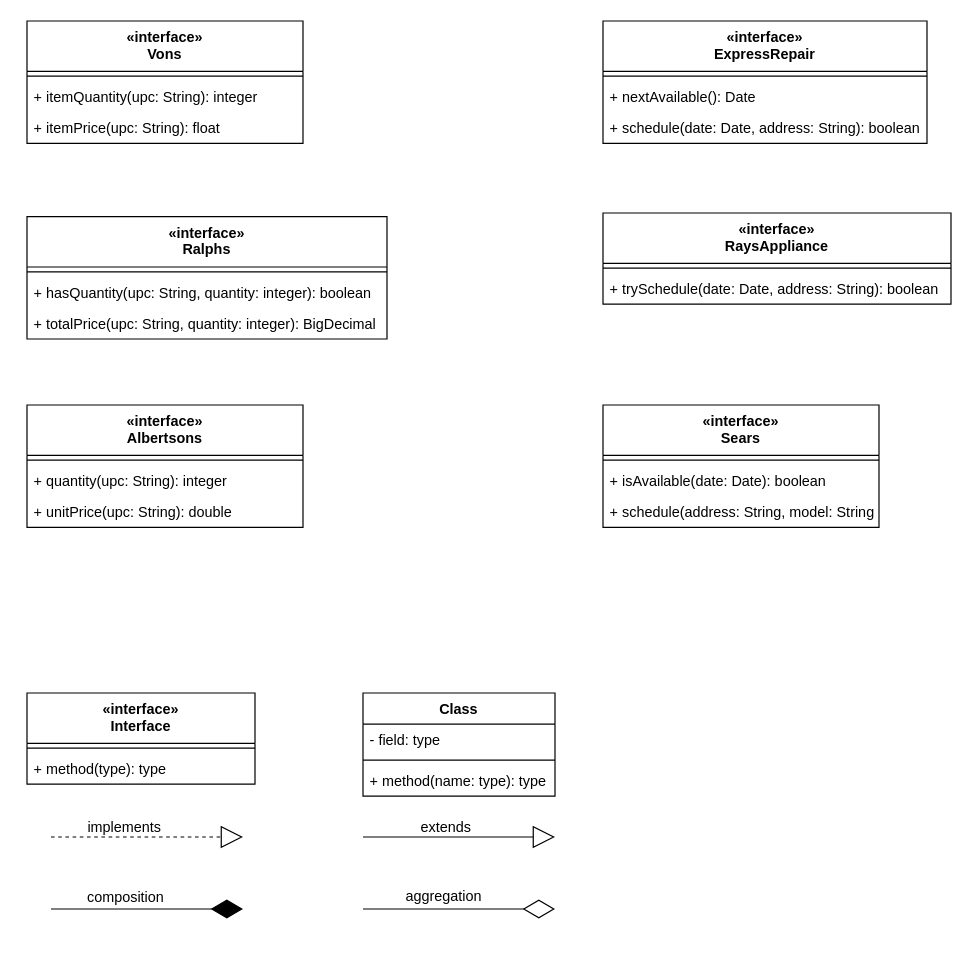
Above: page "ClassDiagram_SmartFridge" (1 of 2) of FinalExample.drawio in nateqdruen/CISC210Final (draw.io), before the change. Source tidied: cells renumbered, new cells numbered last; positions are measured from the earlier drawing's top-left corner, leaving out a move shared by most shapes. Both pictures are drawn from the tidied source at 120%, with x=0, y=0 at pixel (26, 20).
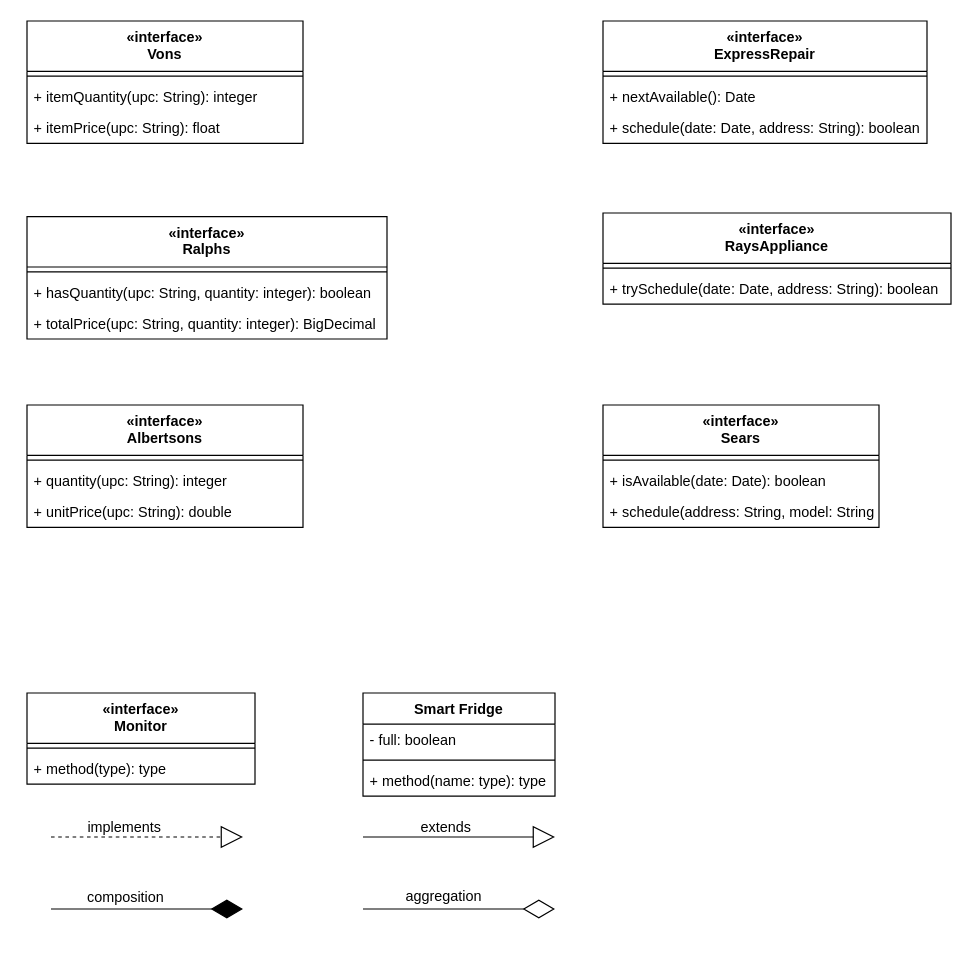
The same page after the edit.

Change to the diagram source:
```diff
@@
-    <mxCell id="25" value="«interface»&#10;Interface" style="swimlane;fontStyle=1;align=center;verticalAlign=top;horizontal=1;startSize=42;" parent="1" vertex="1">
+    <mxCell id="25" value="«interface»&#10;Monitor" style="swimlane;fontStyle=1;align=center;verticalAlign=top;horizontal=1;startSize=42;" parent="1" vertex="1">
       <mxGeometry y="560" width="190" height="76" as="geometry" />
     </mxCell>
@@
-    <mxCell id="28" value="Class" style="swimlane;fontStyle=1;align=center;verticalAlign=top;horizontal=1;startSize=26;" parent="1" vertex="1">
+    <mxCell id="28" value="Smart Fridge" style="swimlane;fontStyle=1;align=center;verticalAlign=top;horizontal=1;startSize=26;" parent="1" vertex="1">
       <mxGeometry x="280" y="560" width="160" height="86" as="geometry" />
     </mxCell>
-    <mxCell id="29" value="- field: type" style="text;strokeColor=none;fillColor=none;align=left;verticalAlign=top;spacingLeft=4;spacingRight=4;overflow=hidden;" parent="28" vertex="1">
+    <mxCell id="29" value="- full: boolean" style="text;strokeColor=none;fillColor=none;align=left;verticalAlign=top;spacingLeft=4;spacingRight=4;overflow=hidden;" parent="28" vertex="1">
       <mxGeometry y="26" width="160" height="26" as="geometry" />
     </mxCell>
```
